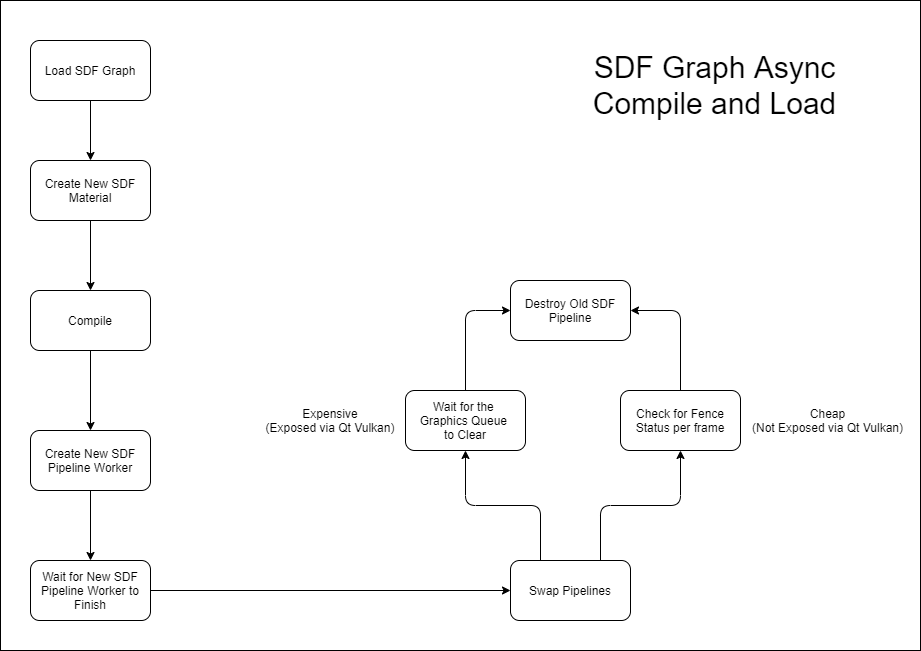
Before: docs/design/sdf-graph-async-load.png, a diagram exported from draw.io (hiradyazdan/sdf-ray4d-engine). Source tidied: cells renumbered, new cells last; positions are measured from the earlier drawing's top-left corner, leaving out a move shared by most shapes. Its diagram source:
```xml
<mxGraphModel>
  <root>
    <mxCell id="0" />
    <mxCell id="1" parent="0" />
    <mxCell id="2" style="rounded=0;whiteSpace=wrap;html=1;" parent="1" vertex="1">
      <mxGeometry width="920" height="650" as="geometry" />
    </mxCell>
    <mxCell id="3" style="edgeStyle=orthogonalEdgeStyle;rounded=1;jettySize=auto;html=1;exitX=0.5;exitY=1;exitDx=0;exitDy=0;" parent="1" edge="1" source="4" target="6">
      <mxGeometry relative="1" as="geometry" />
    </mxCell>
    <mxCell id="4" value="Load SDF Graph" style="rounded=1;whiteSpace=wrap;html=1;" parent="1" vertex="1">
      <mxGeometry x="30" y="40" width="120" height="60" as="geometry" />
    </mxCell>
    <mxCell id="5" style="edgeStyle=orthogonalEdgeStyle;rounded=1;jettySize=auto;html=1;exitX=0.5;exitY=1;exitDx=0;exitDy=0;entryX=0.5;entryY=0;entryDx=0;entryDy=0;" parent="1" edge="1" source="6" target="8">
      <mxGeometry relative="1" as="geometry" />
    </mxCell>
    <mxCell id="6" value="Create New SDF Material" style="rounded=1;whiteSpace=wrap;html=1;" parent="1" vertex="1">
      <mxGeometry x="30" y="160" width="120" height="60" as="geometry" />
    </mxCell>
    <mxCell id="7" style="edgeStyle=orthogonalEdgeStyle;rounded=1;jettySize=auto;html=1;exitX=0.5;exitY=1;exitDx=0;exitDy=0;entryX=0.5;entryY=0;entryDx=0;entryDy=0;" parent="1" edge="1" source="8" target="10">
      <mxGeometry relative="1" as="geometry" />
    </mxCell>
    <mxCell id="8" value="Compile" style="rounded=1;whiteSpace=wrap;html=1;" parent="1" vertex="1">
      <mxGeometry x="30" y="290" width="120" height="60" as="geometry" />
    </mxCell>
    <mxCell id="9" style="edgeStyle=orthogonalEdgeStyle;rounded=1;jettySize=auto;html=1;exitX=0.5;exitY=1;exitDx=0;exitDy=0;entryX=0.5;entryY=0;entryDx=0;entryDy=0;" parent="1" edge="1" source="10" target="12">
      <mxGeometry relative="1" as="geometry" />
    </mxCell>
    <mxCell id="10" value="Create New SDF Pipeline Worker" style="rounded=1;whiteSpace=wrap;html=1;" parent="1" vertex="1">
      <mxGeometry x="30" y="430" width="120" height="60" as="geometry" />
    </mxCell>
    <mxCell id="11" style="edgeStyle=orthogonalEdgeStyle;rounded=1;jettySize=auto;html=1;exitX=1;exitY=0.5;exitDx=0;exitDy=0;entryX=0;entryY=0.5;entryDx=0;entryDy=0;" parent="1" edge="1" source="12" target="15">
      <mxGeometry relative="1" as="geometry" />
    </mxCell>
    <mxCell id="12" value="Wait for New SDF Pipeline Worker to Finish" style="rounded=1;whiteSpace=wrap;html=1;" parent="1" vertex="1">
      <mxGeometry x="30" y="560" width="120" height="60" as="geometry" />
    </mxCell>
    <mxCell id="13" style="edgeStyle=orthogonalEdgeStyle;rounded=1;jettySize=auto;html=1;exitX=0.25;exitY=0;exitDx=0;exitDy=0;entryX=0.5;entryY=1;entryDx=0;entryDy=0;" parent="1" edge="1" source="15" target="18">
      <mxGeometry relative="1" as="geometry" />
    </mxCell>
    <mxCell id="14" style="edgeStyle=orthogonalEdgeStyle;rounded=1;jettySize=auto;html=1;exitX=0.75;exitY=0;exitDx=0;exitDy=0;" parent="1" edge="1" source="15" target="20">
      <mxGeometry relative="1" as="geometry" />
    </mxCell>
    <mxCell id="15" value="Swap Pipelines" style="rounded=1;whiteSpace=wrap;html=1;" parent="1" vertex="1">
      <mxGeometry x="510" y="560" width="120" height="60" as="geometry" />
    </mxCell>
    <mxCell id="16" value="Destroy Old SDF Pipeline" style="rounded=1;whiteSpace=wrap;html=1;" parent="1" vertex="1">
      <mxGeometry x="510" y="280" width="120" height="60" as="geometry" />
    </mxCell>
    <mxCell id="17" style="edgeStyle=orthogonalEdgeStyle;rounded=1;jettySize=auto;html=1;exitX=0.5;exitY=0;exitDx=0;exitDy=0;entryX=0;entryY=0.5;entryDx=0;entryDy=0;" parent="1" edge="1" source="18" target="16">
      <mxGeometry relative="1" as="geometry" />
    </mxCell>
    <mxCell id="18" value="Wait for the &lt;br&gt;Graphics Queue &lt;br&gt;to Clear" style="rounded=1;whiteSpace=wrap;html=1;" parent="1" vertex="1">
      <mxGeometry x="405" y="390" width="120" height="60" as="geometry" />
    </mxCell>
    <mxCell id="19" style="edgeStyle=orthogonalEdgeStyle;rounded=1;jettySize=auto;html=1;exitX=0.5;exitY=0;exitDx=0;exitDy=0;entryX=1;entryY=0.5;entryDx=0;entryDy=0;" parent="1" edge="1" source="20" target="16">
      <mxGeometry relative="1" as="geometry" />
    </mxCell>
    <mxCell id="20" value="Check for Fence Status per frame" style="rounded=1;whiteSpace=wrap;html=1;" parent="1" vertex="1">
      <mxGeometry x="620" y="390" width="120" height="60" as="geometry" />
    </mxCell>
    <mxCell id="21" value="Cheap&lt;br&gt;(Not Exposed via Qt Vulkan)" style="text;html=1;strokeColor=none;fillColor=none;align=center;verticalAlign=middle;whiteSpace=wrap;rounded=0;" parent="1" vertex="1">
      <mxGeometry x="750" y="400" width="155" height="40" as="geometry" />
    </mxCell>
    <mxCell id="22" value="Expensive&lt;br&gt;(Exposed via Qt Vulkan)" style="text;html=1;strokeColor=none;fillColor=none;align=center;verticalAlign=middle;whiteSpace=wrap;rounded=0;" parent="1" vertex="1">
      <mxGeometry x="260" y="400" width="140" height="40" as="geometry" />
    </mxCell>
    <mxCell id="23" value="&lt;font style=&quot;font-size: 30px&quot;&gt;SDF Graph Async Compile and Load&lt;/font&gt;" style="text;html=1;strokeColor=none;fillColor=none;align=center;verticalAlign=middle;whiteSpace=wrap;rounded=0;" parent="1" vertex="1">
      <mxGeometry x="550" y="40" width="329" height="90" as="geometry" />
    </mxCell>
  </root>
</mxGraphModel>
```
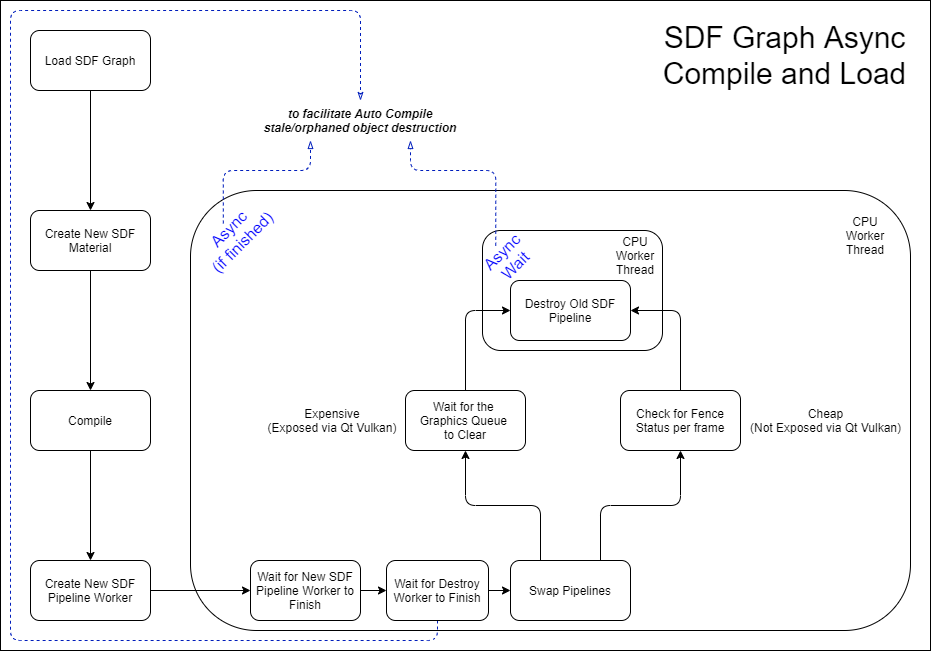
The same file after the commit.

The edit, as a diff of the source:
```diff
@@ -3,37 +3,56 @@
     <mxCell id="0" />
     <mxCell id="1" parent="0" />
     <mxCell id="2" style="rounded=0;whiteSpace=wrap;html=1;" parent="1" vertex="1">
-      <mxGeometry width="920" height="650" as="geometry" />
+      <mxGeometry width="930" height="650" as="geometry" />
     </mxCell>
+    <mxCell id="24" style="rounded=1;whiteSpace=wrap;html=1;" parent="1" vertex="1">
+      <mxGeometry x="190" y="190" width="720" height="440" as="geometry" />
+    </mxCell>
+    <mxCell id="25" style="rounded=1;whiteSpace=wrap;html=1;" parent="1" vertex="1">
+      <mxGeometry x="482" y="230" width="180" height="120" as="geometry" />
+    </mxCell>
     <mxCell id="3" style="edgeStyle=orthogonalEdgeStyle;rounded=1;jettySize=auto;html=1;exitX=0.5;exitY=1;exitDx=0;exitDy=0;" parent="1" edge="1" source="4" target="6">
       <mxGeometry relative="1" as="geometry" />
     </mxCell>
     <mxCell id="4" value="Load SDF Graph" style="rounded=1;whiteSpace=wrap;html=1;" parent="1" vertex="1">
-      <mxGeometry x="30" y="40" width="120" height="60" as="geometry" />
+      <mxGeometry x="30" y="30" width="120" height="60" as="geometry" />
     </mxCell>
     <mxCell id="5" style="edgeStyle=orthogonalEdgeStyle;rounded=1;jettySize=auto;html=1;exitX=0.5;exitY=1;exitDx=0;exitDy=0;entryX=0.5;entryY=0;entryDx=0;entryDy=0;" parent="1" edge="1" source="6" target="8">
       <mxGeometry relative="1" as="geometry" />
     </mxCell>
     <mxCell id="6" value="Create New SDF Material" style="rounded=1;whiteSpace=wrap;html=1;" parent="1" vertex="1">
-      <mxGeometry x="30" y="160" width="120" height="60" as="geometry" />
+      <mxGeometry x="30" y="210" width="120" height="60" as="geometry" />
     </mxCell>
     <mxCell id="7" style="edgeStyle=orthogonalEdgeStyle;rounded=1;jettySize=auto;html=1;exitX=0.5;exitY=1;exitDx=0;exitDy=0;entryX=0.5;entryY=0;entryDx=0;entryDy=0;" parent="1" edge="1" source="8" target="10">
       <mxGeometry relative="1" as="geometry" />
     </mxCell>
     <mxCell id="8" value="Compile" style="rounded=1;whiteSpace=wrap;html=1;" parent="1" vertex="1">
-      <mxGeometry x="30" y="290" width="120" height="60" as="geometry" />
+      <mxGeometry x="30" y="390" width="120" height="60" as="geometry" />
     </mxCell>
-    <mxCell id="9" style="edgeStyle=orthogonalEdgeStyle;rounded=1;jettySize=auto;html=1;exitX=0.5;exitY=1;exitDx=0;exitDy=0;entryX=0.5;entryY=0;entryDx=0;entryDy=0;" parent="1" edge="1" source="10" target="12">
+    <mxCell id="9" style="edgeStyle=orthogonalEdgeStyle;rounded=1;jettySize=auto;html=1;exitX=1;exitY=0.5;exitDx=0;exitDy=0;entryX=0;entryY=0.5;entryDx=0;entryDy=0;" parent="1" edge="1" source="10" target="12">
       <mxGeometry relative="1" as="geometry" />
     </mxCell>
     <mxCell id="10" value="Create New SDF Pipeline Worker" style="rounded=1;whiteSpace=wrap;html=1;" parent="1" vertex="1">
-      <mxGeometry x="30" y="430" width="120" height="60" as="geometry" />
+      <mxGeometry x="30" y="560" width="120" height="60" as="geometry" />
     </mxCell>
-    <mxCell id="11" style="edgeStyle=orthogonalEdgeStyle;rounded=1;jettySize=auto;html=1;exitX=1;exitY=0.5;exitDx=0;exitDy=0;entryX=0;entryY=0.5;entryDx=0;entryDy=0;" parent="1" edge="1" source="12" target="15">
+    <mxCell id="11" style="edgeStyle=orthogonalEdgeStyle;rounded=1;jettySize=auto;html=1;exitX=1;exitY=0.5;exitDx=0;exitDy=0;entryX=0;entryY=0.5;entryDx=0;entryDy=0;" parent="1" edge="1" source="34" target="15">
       <mxGeometry relative="1" as="geometry" />
     </mxCell>
+    <mxCell id="26" style="edgeStyle=orthogonalEdgeStyle;rounded=1;jettySize=auto;html=1;exitX=1;exitY=0.5;exitDx=0;exitDy=0;entryX=0;entryY=0.5;entryDx=0;entryDy=0;endArrow=classic;endFill=1;" parent="1" edge="1" source="12" target="34">
+      <mxGeometry relative="1" as="geometry" />
+    </mxCell>
+    <mxCell id="27" style="edgeStyle=orthogonalEdgeStyle;rounded=1;jettySize=auto;html=1;exitX=0.5;exitY=1;exitDx=0;exitDy=0;entryX=0.5;entryY=0;entryDx=0;entryDy=0;dashed=1;endArrow=classicThin;endFill=0;fillColor=#0050ef;strokeColor=#001DBC;" parent="1" edge="1" source="34" target="33">
+      <mxGeometry relative="1" as="geometry">
+        <Array as="points">
+          <mxPoint x="437" y="640" />
+          <mxPoint x="10" y="640" />
+          <mxPoint x="10" y="10" />
+          <mxPoint x="360" y="10" />
+        </Array>
+      </mxGeometry>
+    </mxCell>
     <mxCell id="12" value="Wait for New SDF Pipeline Worker to Finish" style="rounded=1;whiteSpace=wrap;html=1;" parent="1" vertex="1">
-      <mxGeometry x="30" y="560" width="120" height="60" as="geometry" />
+      <mxGeometry x="250" y="560" width="110" height="60" as="geometry" />
     </mxCell>
     <mxCell id="13" style="edgeStyle=orthogonalEdgeStyle;rounded=1;jettySize=auto;html=1;exitX=0.25;exitY=0;exitDx=0;exitDy=0;entryX=0.5;entryY=1;entryDx=0;entryDy=0;" parent="1" edge="1" source="15" target="18">
       <mxGeometry relative="1" as="geometry" />
@@ -60,13 +79,47 @@
       <mxGeometry x="620" y="390" width="120" height="60" as="geometry" />
     </mxCell>
     <mxCell id="21" value="Cheap&lt;br&gt;(Not Exposed via Qt Vulkan)" style="text;html=1;strokeColor=none;fillColor=none;align=center;verticalAlign=middle;whiteSpace=wrap;rounded=0;" parent="1" vertex="1">
-      <mxGeometry x="750" y="400" width="155" height="40" as="geometry" />
+      <mxGeometry x="748" y="400" width="155" height="40" as="geometry" />
     </mxCell>
     <mxCell id="22" value="Expensive&lt;br&gt;(Exposed via Qt Vulkan)" style="text;html=1;strokeColor=none;fillColor=none;align=center;verticalAlign=middle;whiteSpace=wrap;rounded=0;" parent="1" vertex="1">
-      <mxGeometry x="260" y="400" width="140" height="40" as="geometry" />
+      <mxGeometry x="262" y="400" width="140" height="40" as="geometry" />
     </mxCell>
     <mxCell id="23" value="&lt;font style=&quot;font-size: 30px&quot;&gt;SDF Graph Async Compile and Load&lt;/font&gt;" style="text;html=1;strokeColor=none;fillColor=none;align=center;verticalAlign=middle;whiteSpace=wrap;rounded=0;" parent="1" vertex="1">
-      <mxGeometry x="550" y="40" width="329" height="90" as="geometry" />
+      <mxGeometry x="650" y="10" width="269" height="90" as="geometry" />
     </mxCell>
+    <mxCell id="28" value="&lt;font color=&quot;#0000ff&quot;&gt;Async&lt;br&gt;(if finished)&lt;/font&gt;" style="text;html=1;strokeColor=none;fillColor=none;align=center;verticalAlign=middle;whiteSpace=wrap;rounded=0;dashed=1;fontSize=16;fontColor=#FFFFFF;rotation=-45;" parent="1" vertex="1">
+      <mxGeometry x="190" y="218" width="89.7" height="34" as="geometry" />
+    </mxCell>
+    <mxCell id="29" style="edgeStyle=orthogonalEdgeStyle;rounded=1;jettySize=auto;html=1;entryX=0.75;entryY=1;entryDx=0;entryDy=0;endArrow=blockThin;endFill=0;dashed=1;fillColor=#0050ef;strokeColor=#001DBC;exitX=0.5;exitY=0;exitDx=0;exitDy=0;" parent="1" edge="1" source="35" target="33">
+      <mxGeometry relative="1" as="geometry">
+        <Array as="points">
+          <mxPoint x="495" y="170" />
+          <mxPoint x="410" y="170" />
+        </Array>
+      </mxGeometry>
+    </mxCell>
+    <mxCell id="30" value="CPU&lt;br&gt;Worker Thread" style="text;html=1;strokeColor=none;fillColor=none;align=center;verticalAlign=middle;whiteSpace=wrap;rounded=0;dashed=1;dashPattern=1 1;" parent="1" vertex="1">
+      <mxGeometry x="840" y="210" width="50" height="50" as="geometry" />
+    </mxCell>
+    <mxCell id="31" style="edgeStyle=orthogonalEdgeStyle;rounded=1;jettySize=auto;html=1;entryX=0.25;entryY=1;entryDx=0;entryDy=0;endArrow=blockThin;endFill=0;dashed=1;fillColor=#0050ef;strokeColor=#001DBC;exitX=0.5;exitY=0;exitDx=0;exitDy=0;" parent="1" edge="1" source="28" target="33">
+      <mxGeometry relative="1" as="geometry">
+        <Array as="points">
+          <mxPoint x="223" y="170" />
+          <mxPoint x="310" y="170" />
+        </Array>
+      </mxGeometry>
+    </mxCell>
+    <mxCell id="32" value="CPU&lt;br&gt;Worker Thread" style="text;html=1;strokeColor=none;fillColor=none;align=center;verticalAlign=middle;whiteSpace=wrap;rounded=0;dashed=1;dashPattern=1 1;" parent="1" vertex="1">
+      <mxGeometry x="610" y="230" width="50" height="50" as="geometry" />
+    </mxCell>
+    <mxCell id="33" value="to facilitate Auto Compile stale/orphaned object destruction" style="text;html=1;strokeColor=none;fillColor=none;align=center;verticalAlign=middle;whiteSpace=wrap;rounded=0;fontStyle=3;" parent="1" vertex="1">
+      <mxGeometry x="260" y="100" width="200" height="40" as="geometry" />
+    </mxCell>
+    <mxCell id="34" value="Wait for Destroy Worker to Finish" style="rounded=1;whiteSpace=wrap;html=1;" parent="1" vertex="1">
+      <mxGeometry x="386" y="560" width="102" height="60" as="geometry" />
+    </mxCell>
+    <mxCell id="35" value="&lt;font color=&quot;#0000ff&quot;&gt;Async&lt;br&gt;Wait&lt;/font&gt;" style="text;html=1;strokeColor=none;fillColor=none;align=center;verticalAlign=middle;whiteSpace=wrap;rounded=0;dashed=1;fontSize=16;fontColor=#FFFFFF;rotation=-45;" parent="1" vertex="1">
+      <mxGeometry x="488" y="240" width="40" height="36" as="geometry" />
+    </mxCell>
   </root>
 </mxGraphModel>
```
